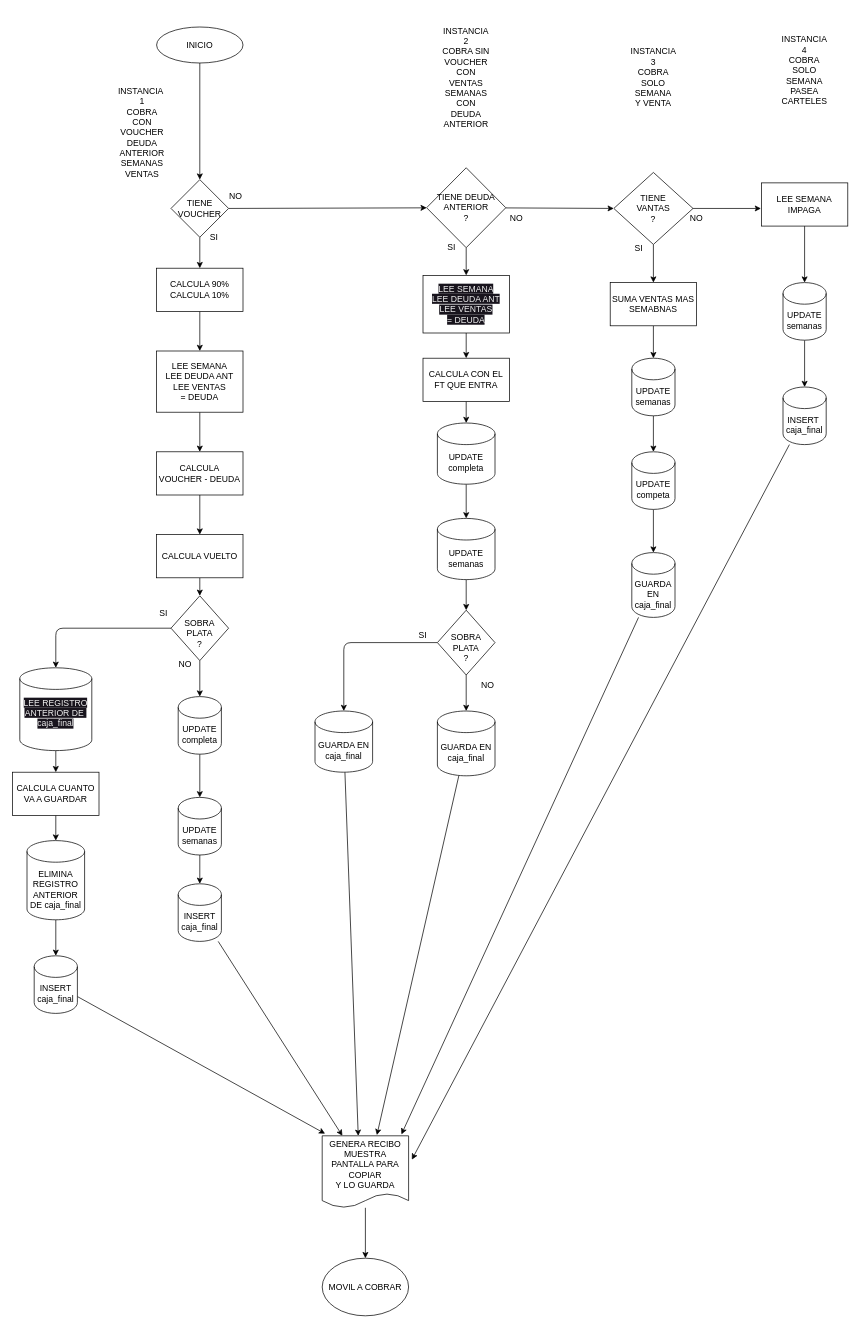
Above: php/admin/cobros/1.drawio in fabian145152/Caja_pampa (draw.io), before the change. Source tidied: cells renumbered, new cells numbered last; positions are measured from the earlier drawing's top-left corner, leaving out a move shared by most shapes. Both pictures are drawn from the tidied source at 72%, with x=0, y=0 at pixel (12, 12).
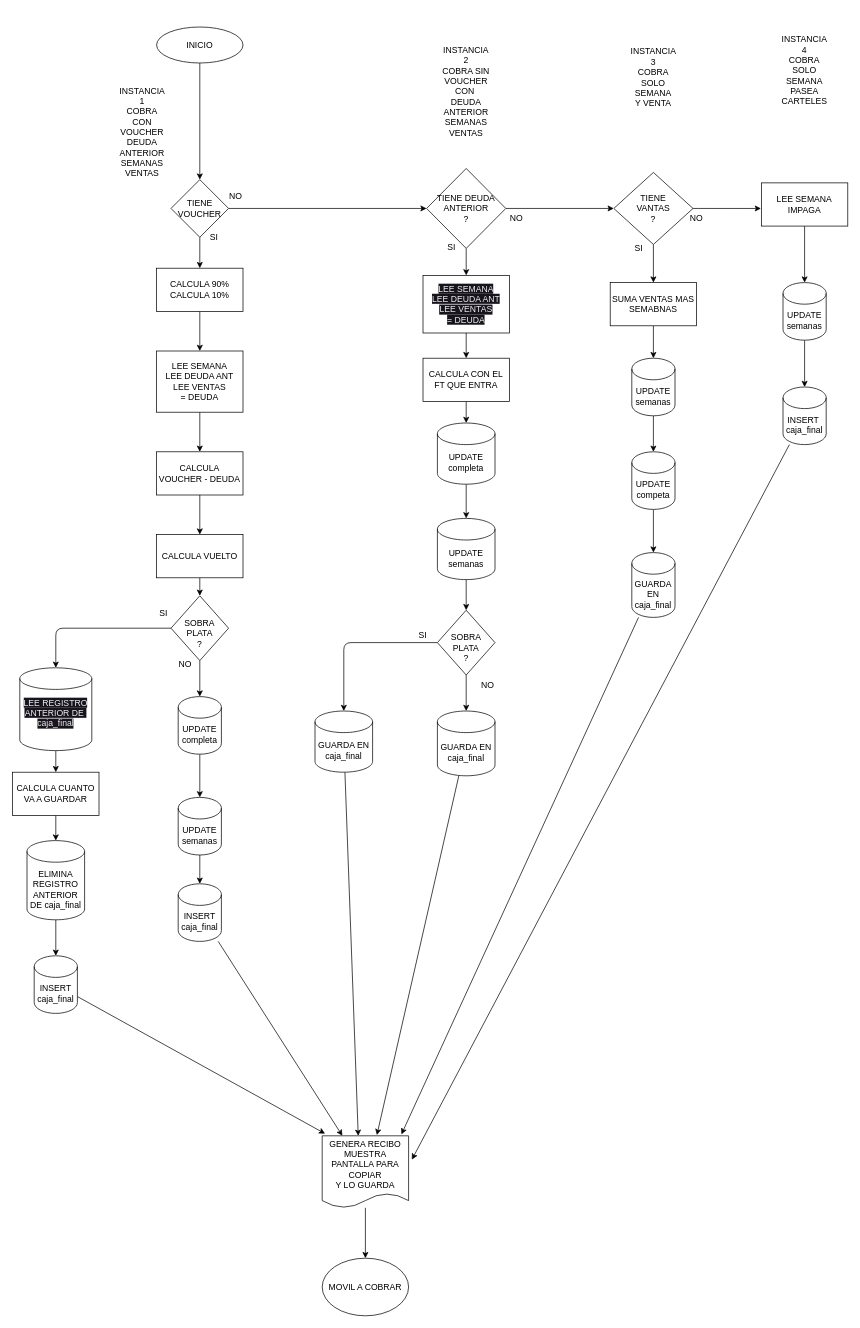
The same diagram, later.

Diff of the diagram source:
```diff
@@
     <mxCell id="15" value="TIENE DEUDA ANTERIOR&lt;br&gt;?" style="rhombus;whiteSpace=wrap;html=1;" parent="1" vertex="1">
-      <mxGeometry x="575" y="215.5" width="110" height="111" as="geometry" />
+      <mxGeometry x="575" y="216.5" width="110" height="111" as="geometry" />
     </mxCell>
@@
-    <mxCell id="60" value="INSTANCIA&amp;nbsp; 1&lt;br&gt;COBRA CON VOUCHER DEUDA ANTERIOR&lt;br&gt;SEMANAS&lt;br&gt;VENTAS" style="text;strokeColor=none;align=center;fillColor=none;html=1;verticalAlign=middle;whiteSpace=wrap;rounded=0;" parent="1" vertex="1">
-      <mxGeometry x="150" y="101" width="60" height="131" as="geometry" />
+    <mxCell id="60" value="INSTANCIA 1&lt;br&gt;COBRA CON VOUCHER DEUDA ANTERIOR&lt;br&gt;SEMANAS&lt;br&gt;VENTAS" style="text;strokeColor=none;align=center;fillColor=none;html=1;verticalAlign=middle;whiteSpace=wrap;rounded=0;" parent="1" vertex="1">
+      <mxGeometry x="150" y="100" width="60" height="131" as="geometry" />
     </mxCell>
-    <mxCell id="61" value="INSTANCIA 2&lt;br&gt;COBRA SIN VOUCHER CON VENTAS SEMANAS&lt;br&gt;CON DEUDA ANTERIOR" style="text;strokeColor=none;align=center;fillColor=none;html=1;verticalAlign=middle;whiteSpace=wrap;rounded=0;" parent="1" vertex="1">
-      <mxGeometry x="595" width="70" height="180" as="geometry" />
+    <mxCell id="61" value="INSTANCIA 2&lt;br&gt;COBRA SIN VOUCHER CON&amp;nbsp;&lt;br&gt;DEUDA ANTERIOR&lt;br&gt;SEMANAS&lt;br&gt;VENTAS" style="text;strokeColor=none;align=center;fillColor=none;html=1;verticalAlign=middle;whiteSpace=wrap;rounded=0;" parent="1" vertex="1">
+      <mxGeometry x="595" y="40" width="70" height="140" as="geometry" />
     </mxCell>
```
